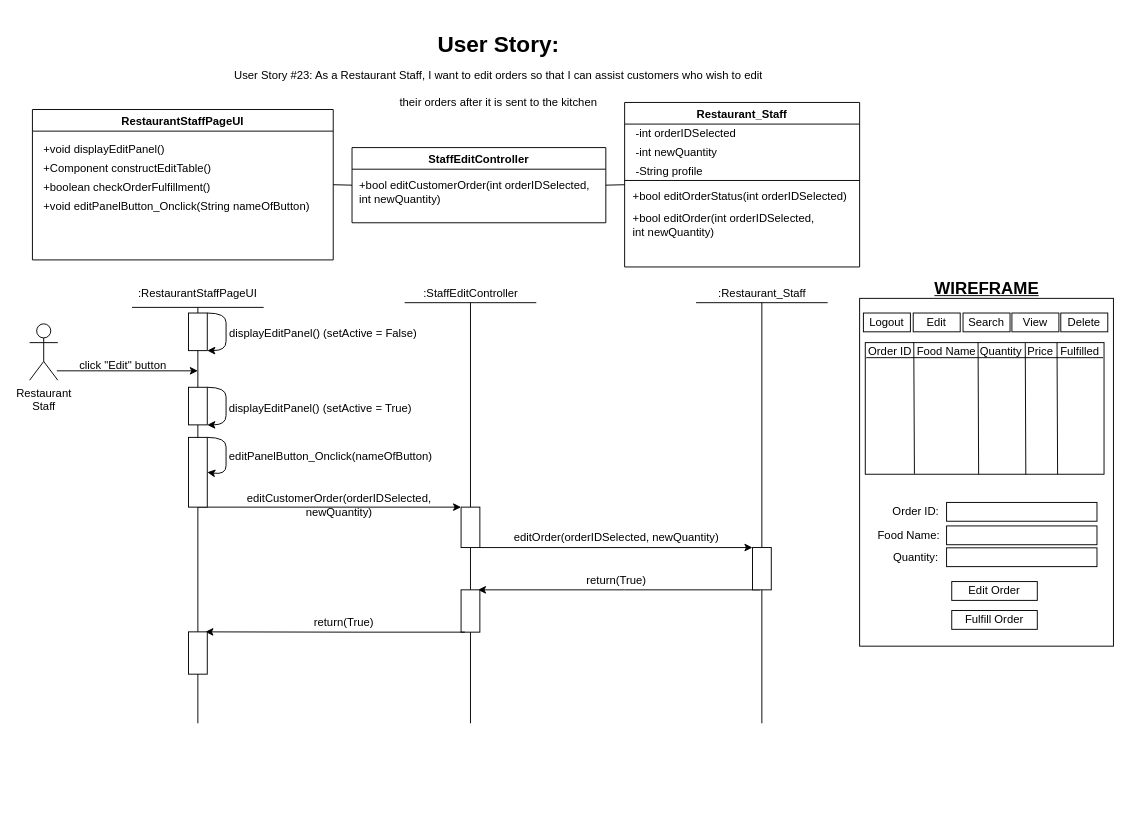
Earlier version of the draw.io diagram BCE_UML_and_Diagrams/RestaurantStaff_Edit/UserStory#23_RestaurantStaff_Edit.drawio (extred5700/JAVAGUI-Restaurant-Table-Order-System). Source tidied: cells renumbered, new cells numbered last; positions are measured from the earlier drawing's top-left corner, leaving out a move shared by most shapes. Both pictures are drawn from the tidied source at 94%, with x=0, y=0 at pixel (29, 25).
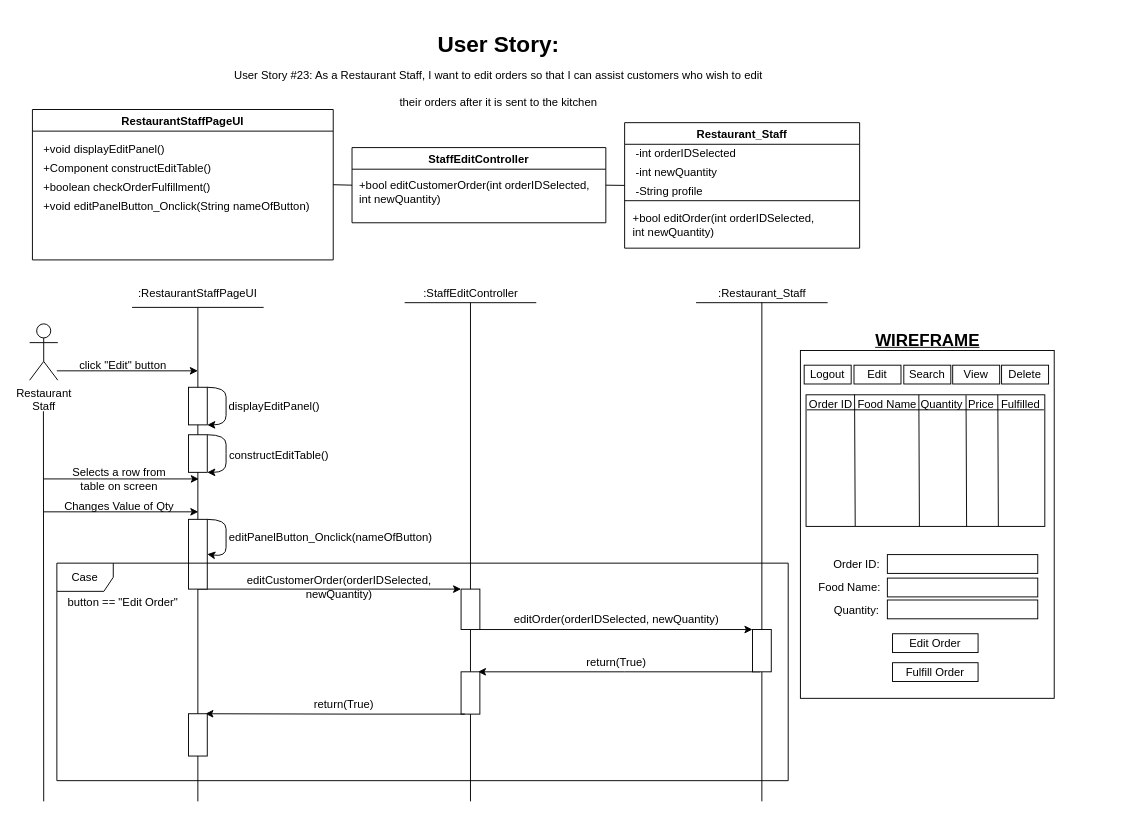
After the change.

Unchanged cells that the change refers to:
```xml
<mxCell id="23" value=":Restaurant_Staff" style="text;html=1;align=center;verticalAlign=middle;points=[];strokeColor=none;fillColor=none;" parent="1" vertex="1">
  <mxGeometry x="724" y="274.5" width="110" height="20" as="geometry" />
</mxCell>
```

Diff of the diagram source:
```diff
@@
     <mxCell id="2" style="rounded=0;whiteSpace=wrap;html=1;" parent="1" vertex="1">
-      <mxGeometry x="883" y="289.9" width="270" height="370" as="geometry" />
+      <mxGeometry x="820" y="345.4" width="270" height="370" as="geometry" />
     </mxCell>
@@
     <mxCell id="10" value="Restaurant_Staff" style="swimlane;" parent="1" vertex="1">
-      <mxGeometry x="633" y="81.5" width="250" height="175" as="geometry" />
+      <mxGeometry x="633" y="103" width="250" height="133.5" as="geometry" />
     </mxCell>
@@
-    <mxCell id="15" value="&lt;div style=&quot;text-align: justify&quot;&gt;&lt;span&gt;+bool editOrderStatus(int orderIDSelected)&lt;/span&gt;&lt;/div&gt;" style="text;html=1;align=left;verticalAlign=middle;strokeColor=none;fillColor=none;" parent="10" vertex="1">
-      <mxGeometry x="7" y="90" width="240" height="20" as="geometry" />
-    </mxCell>
     <mxCell id="16" value="&lt;div style=&quot;text-align: justify&quot;&gt;&lt;span&gt;+bool editOrder(int orderIDSelected,&lt;/span&gt;&lt;/div&gt;&lt;div style=&quot;text-align: justify&quot;&gt;&lt;span&gt;int newQuantity)&lt;/span&gt;&lt;/div&gt;" style="text;html=1;align=center;verticalAlign=middle;strokeColor=none;fillColor=none;" parent="10" vertex="1">
-      <mxGeometry y="115" width="210" height="30" as="geometry" />
+      <mxGeometry y="93.5" width="210" height="30" as="geometry" />
     </mxCell>
@@
     <mxCell id="27" style="curved=1;endArrow=classic;html=1;rounded=0;entryX=1;entryY=0.5;entryDx=0;entryDy=0;exitX=1;exitY=0;exitDx=0;exitDy=0;" parent="1" edge="1" source="51" target="51">
       <mxGeometry relative="1" as="geometry">
         <Array as="points">
-          <mxPoint x="209" y="437.8" />
-          <mxPoint x="209" y="457.8" />
-          <mxPoint x="209" y="477.8" />
+          <mxPoint x="209" y="525" />
+          <mxPoint x="209" y="545" />
+          <mxPoint x="209" y="565" />
         </Array>
       </mxGeometry>
     </mxCell>
     <mxCell id="28" value="&lt;span style=&quot;text-align: left&quot;&gt;editPanelButton_Onclick(nameOfButton)&lt;/span&gt;" style="text;html=1;align=center;verticalAlign=middle;strokeColor=none;fillColor=none;" parent="1" vertex="1">
-      <mxGeometry x="205" y="447.8" width="230" height="20" as="geometry" />
+      <mxGeometry x="205" y="535" width="230" height="20" as="geometry" />
     </mxCell>
     <mxCell id="29" style="endArrow=classic;html=1;rounded=0;entryX=0;entryY=0;entryDx=0;entryDy=0;" parent="1" edge="1">
       <mxGeometry relative="1" as="geometry">
-        <mxPoint x="179" y="512" as="sourcePoint" />
-        <mxPoint x="459" y="512" as="targetPoint" />
+        <mxPoint x="179" y="599.2" as="sourcePoint" />
+        <mxPoint x="459" y="599.2" as="targetPoint" />
       </mxGeometry>
     </mxCell>
     <mxCell id="30" value="editCustomerOrder(orderIDSelected,&lt;br&gt;newQuantity)" style="text;html=1;align=center;verticalAlign=middle;strokeColor=none;fillColor=none;" parent="1" vertex="1">
-      <mxGeometry x="224" y="495" width="210" height="30" as="geometry" />
+      <mxGeometry x="224" y="582.2" width="210" height="30" as="geometry" />
     </mxCell>
     <mxCell id="31" style="edgeStyle=orthogonalEdgeStyle;rounded=0;jettySize=auto;html=1;exitX=1;exitY=1;exitDx=0;exitDy=0;entryX=0;entryY=0;entryDx=0;entryDy=0;" parent="1" edge="1" source="49" target="47">
       <mxGeometry relative="1" as="geometry">
         <Array as="points">
-          <mxPoint x="693" y="555" />
-          <mxPoint x="693" y="555" />
+          <mxPoint x="693" y="642.2" />
+          <mxPoint x="693" y="642.2" />
         </Array>
       </mxGeometry>
     </mxCell>
@@
     <mxCell id="33" value="editOrder(orderIDSelected, newQuantity)" style="text;html=1;align=center;verticalAlign=middle;strokeColor=none;fillColor=none;" parent="1" vertex="1">
-      <mxGeometry x="509" y="535" width="230" height="20" as="geometry" />
+      <mxGeometry x="509" y="622.2" width="230" height="20" as="geometry" />
     </mxCell>
     <mxCell id="34" style="endArrow=none;html=1;rounded=0;entryX=0.5;entryY=0.982;entryDx=0;entryDy=0;entryPerimeter=0;" parent="1" edge="1" target="23">
       <mxGeometry relative="1" as="geometry">
-        <mxPoint x="779" y="742" as="sourcePoint" />
+        <mxPoint x="779" y="825" as="sourcePoint" />
       </mxGeometry>
     </mxCell>
     <mxCell id="35" value="Logout" style="rounded=0;whiteSpace=wrap;html=1;" parent="1" vertex="1">
-      <mxGeometry x="887" y="305.5" width="50" height="20" as="geometry" />
+      <mxGeometry x="824" y="361" width="50" height="20" as="geometry" />
     </mxCell>
     <mxCell id="36" value="Edit" style="rounded=0;whiteSpace=wrap;html=1;" parent="1" vertex="1">
-      <mxGeometry x="940" y="305.5" width="50" height="20" as="geometry" />
+      <mxGeometry x="877" y="361" width="50" height="20" as="geometry" />
     </mxCell>
     <mxCell id="37" value="Search" style="rounded=0;whiteSpace=wrap;html=1;" parent="1" vertex="1">
-      <mxGeometry x="993" y="305.5" width="50" height="20" as="geometry" />
+      <mxGeometry x="930" y="361" width="50" height="20" as="geometry" />
     </mxCell>
     <mxCell id="38" value="View" style="rounded=0;whiteSpace=wrap;html=1;" parent="1" vertex="1">
-      <mxGeometry x="1045" y="305.5" width="50" height="20" as="geometry" />
+      <mxGeometry x="982" y="361" width="50" height="20" as="geometry" />
     </mxCell>
     <mxCell id="39" value="Delete" style="rounded=0;whiteSpace=wrap;html=1;" parent="1" vertex="1">
-      <mxGeometry x="1097" y="305.5" width="50" height="20" as="geometry" />
+      <mxGeometry x="1034" y="361" width="50" height="20" as="geometry" />
     </mxCell>
     <mxCell id="40" value="Order ID:" style="text;html=1;strokeColor=none;fillColor=none;align=center;verticalAlign=middle;whiteSpace=wrap;rounded=0;" parent="1" vertex="1">
-      <mxGeometry x="912.5" y="502" width="60" height="30" as="geometry" />
+      <mxGeometry x="849.5" y="557.5" width="60" height="30" as="geometry" />
     </mxCell>
     <mxCell id="41" value="Food Name:" style="text;html=1;strokeColor=none;fillColor=none;align=center;verticalAlign=middle;whiteSpace=wrap;rounded=0;" parent="1" vertex="1">
-      <mxGeometry x="898.2" y="527" width="74.5" height="30" as="geometry" />
+      <mxGeometry x="835.2" y="582.5" width="74.5" height="30" as="geometry" />
     </mxCell>
     <mxCell id="42" style="rounded=0;whiteSpace=wrap;html=1;" parent="1" vertex="1">
-      <mxGeometry x="975.5" y="507" width="160" height="20" as="geometry" />
+      <mxGeometry x="912.5" y="562.5" width="160" height="20" as="geometry" />
     </mxCell>
     <mxCell id="43" style="rounded=0;whiteSpace=wrap;html=1;" parent="1" vertex="1">
-      <mxGeometry x="975.5" y="532" width="160" height="20" as="geometry" />
+      <mxGeometry x="912.5" y="587.5" width="160" height="20" as="geometry" />
     </mxCell>
     <mxCell id="44" value="Edit Order" style="rounded=0;whiteSpace=wrap;html=1;" parent="1" vertex="1">
-      <mxGeometry x="981" y="591.2" width="91" height="20" as="geometry" />
+      <mxGeometry x="918" y="646.7" width="91" height="20" as="geometry" />
     </mxCell>
     <mxCell id="45" value="&lt;b&gt;&lt;u&gt;&lt;font style=&quot;font-size: 18px&quot;&gt;WIREFRAME&lt;/font&gt;&lt;/u&gt;&lt;/b&gt;" style="text;html=1;align=center;verticalAlign=middle;strokeColor=none;fillColor=none;" parent="1" vertex="1">
-      <mxGeometry x="953" y="269.5" width="130" height="20" as="geometry" />
+      <mxGeometry x="890" y="325" width="130" height="20" as="geometry" />
     </mxCell>
     <mxCell id="46" style="edgeStyle=orthogonalEdgeStyle;rounded=0;orthogonalLoop=1;jettySize=auto;html=1;exitX=0;exitY=1;exitDx=0;exitDy=0;entryX=0.5;entryY=0;entryDx=0;entryDy=0;fontSize=12;" parent="1" edge="1">
       <mxGeometry relative="1" as="geometry">
-        <mxPoint x="777" y="600" as="sourcePoint" />
-        <mxPoint x="477" y="600" as="targetPoint" />
+        <mxPoint x="777" y="687.2" as="sourcePoint" />
+        <mxPoint x="477" y="687.2" as="targetPoint" />
         <Array as="points">
-          <mxPoint x="633" y="600" />
-          <mxPoint x="633" y="600" />
+          <mxPoint x="633" y="687.2" />
+          <mxPoint x="633" y="687.2" />
         </Array>
       </mxGeometry>
     </mxCell>
     <mxCell id="47" style="rounded=0;whiteSpace=wrap;html=1;" parent="1" vertex="1">
-      <mxGeometry x="769" y="555" width="20" height="45" as="geometry" />
+      <mxGeometry x="769" y="642.2" width="20" height="45" as="geometry" />
     </mxCell>
@@
     <mxCell id="49" style="rounded=0;whiteSpace=wrap;html=1;" parent="1" vertex="1">
-      <mxGeometry x="459" y="512" width="20" height="43" as="geometry" />
+      <mxGeometry x="459" y="599.2" width="20" height="43" as="geometry" />
     </mxCell>
     <mxCell id="50" style="endArrow=none;html=1;rounded=0;fontSize=17;" parent="1" edge="1">
       <mxGeometry relative="1" as="geometry">
-        <mxPoint x="179" y="742" as="sourcePoint" />
+        <mxPoint x="179" y="825" as="sourcePoint" />
         <mxPoint x="179" y="299.5" as="targetPoint" />
       </mxGeometry>
     </mxCell>
     <mxCell id="51" style="rounded=0;whiteSpace=wrap;html=1;" parent="1" vertex="1">
-      <mxGeometry x="169" y="437.8" width="20" height="74.2" as="geometry" />
+      <mxGeometry x="169" y="525" width="20" height="74.2" as="geometry" />
     </mxCell>
@@
-    <mxCell id="54" value="&lt;span style=&quot;font-size: 12px&quot;&gt;displayEditPanel() (setActive = True)&lt;/span&gt;" style="text;html=1;align=center;verticalAlign=middle;strokeColor=none;fillColor=none;fontSize=16;" parent="1" vertex="1">
-      <mxGeometry x="204" y="389.5" width="210" height="30" as="geometry" />
+    <mxCell id="54" value="&lt;span style=&quot;font-size: 12px&quot;&gt;displayEditPanel()&lt;/span&gt;" style="text;html=1;align=center;verticalAlign=middle;strokeColor=none;fillColor=none;fontSize=16;" parent="1" vertex="1">
+      <mxGeometry x="205" y="387.5" width="110" height="30" as="geometry" />
     </mxCell>
-    <mxCell id="55" style="curved=1;endArrow=classic;html=1;rounded=0;entryX=1;entryY=1;entryDx=0;entryDy=0;exitX=1;exitY=0;exitDx=0;exitDy=0;" parent="1" edge="1" source="57" target="57">
-      <mxGeometry relative="1" as="geometry">
-        <Array as="points">
-          <mxPoint x="209" y="305.5" />
-          <mxPoint x="209" y="325.5" />
-          <mxPoint x="209" y="345.5" />
-        </Array>
-      </mxGeometry>
-    </mxCell>
     <mxCell id="56" style="rounded=0;whiteSpace=wrap;html=1;" parent="1" vertex="1">
-      <mxGeometry x="889" y="337" width="254" height="140" as="geometry" />
+      <mxGeometry x="826" y="392.5" width="254" height="140" as="geometry" />
     </mxCell>
-    <mxCell id="57" style="rounded=0;whiteSpace=wrap;html=1;" parent="1" vertex="1">
-      <mxGeometry x="169" y="305.5" width="20" height="40" as="geometry" />
-    </mxCell>
-    <mxCell id="58" value="&lt;font style=&quot;font-size: 12px&quot;&gt;displayEditPanel() (setActive = False)&lt;/font&gt;" style="text;html=1;align=center;verticalAlign=middle;strokeColor=none;fillColor=none;fontSize=16;" parent="1" vertex="1">
-      <mxGeometry x="202" y="310.5" width="220" height="30" as="geometry" />
-    </mxCell>
     <mxCell id="59" value="Quantity:" style="text;html=1;strokeColor=none;fillColor=none;align=center;verticalAlign=middle;whiteSpace=wrap;rounded=0;" parent="1" vertex="1">
-      <mxGeometry x="905.5" y="552" width="74" height="28.3" as="geometry" />
+      <mxGeometry x="842.5" y="607.5" width="74" height="28.3" as="geometry" />
     </mxCell>
     <mxCell id="60" style="rounded=0;whiteSpace=wrap;html=1;" parent="1" vertex="1">
-      <mxGeometry x="975.5" y="555.3" width="160" height="20" as="geometry" />
+      <mxGeometry x="912.5" y="610.8" width="160" height="20" as="geometry" />
     </mxCell>
     <mxCell id="61" value="Fulfill Order" style="rounded=0;whiteSpace=wrap;html=1;" parent="1" vertex="1">
-      <mxGeometry x="981" y="622" width="91" height="20" as="geometry" />
+      <mxGeometry x="918" y="677.5" width="91" height="20" as="geometry" />
     </mxCell>
     <mxCell id="62" value="Order ID" style="text;html=1;align=center;verticalAlign=middle;strokeColor=none;fillColor=none;" parent="1" vertex="1">
-      <mxGeometry x="885" y="337" width="60" height="20" as="geometry" />
+      <mxGeometry x="822" y="392.5" width="60" height="20" as="geometry" />
     </mxCell>
     <mxCell id="63" value="Food Name" style="text;html=1;align=center;verticalAlign=middle;strokeColor=none;fillColor=none;" parent="1" vertex="1">
-      <mxGeometry x="935" y="337" width="80" height="20" as="geometry" />
+      <mxGeometry x="872" y="392.5" width="80" height="20" as="geometry" />
     </mxCell>
     <mxCell id="64" value="Quantity" style="text;html=1;align=center;verticalAlign=middle;strokeColor=none;fillColor=none;" parent="1" vertex="1">
-      <mxGeometry x="1003" y="337" width="60" height="20" as="geometry" />
+      <mxGeometry x="940" y="392.5" width="60" height="20" as="geometry" />
     </mxCell>
     <mxCell id="65" value="Price" style="text;html=1;align=center;verticalAlign=middle;strokeColor=none;fillColor=none;" parent="1" vertex="1">
-      <mxGeometry x="1055" y="337" width="40" height="20" as="geometry" />
+      <mxGeometry x="992" y="392.5" width="40" height="20" as="geometry" />
     </mxCell>
     <mxCell id="66" value="Fulfilled" style="text;html=1;align=center;verticalAlign=middle;strokeColor=none;fillColor=none;" parent="1" vertex="1">
-      <mxGeometry x="1087" y="337" width="60" height="20" as="geometry" />
+      <mxGeometry x="1024" y="392.5" width="60" height="20" as="geometry" />
     </mxCell>
     <mxCell id="67" style="endArrow=none;html=1;rounded=0;entryX=0.033;entryY=-0.067;entryDx=0;entryDy=0;entryPerimeter=0;exitX=0.194;exitY=0.99;exitDx=0;exitDy=0;exitPerimeter=0;" parent="1" edge="1">
       <mxGeometry relative="1" as="geometry">
-        <mxPoint x="941.3" y="476.6" as="sourcePoint" />
-        <mxPoint x="940.6" y="336.7" as="targetPoint" />
+        <mxPoint x="878.3" y="532.1" as="sourcePoint" />
+        <mxPoint x="877.6" y="392.2" as="targetPoint" />
       </mxGeometry>
     </mxCell>
     <mxCell id="68" style="endArrow=none;html=1;rounded=0;entryX=0.033;entryY=-0.067;entryDx=0;entryDy=0;entryPerimeter=0;exitX=0.194;exitY=0.99;exitDx=0;exitDy=0;exitPerimeter=0;" parent="1" edge="1">
       <mxGeometry relative="1" as="geometry">
-        <mxPoint x="1009.6" y="476.9" as="sourcePoint" />
-        <mxPoint x="1009" y="337" as="targetPoint" />
+        <mxPoint x="946.6" y="532.4" as="sourcePoint" />
+        <mxPoint x="946" y="392.5" as="targetPoint" />
       </mxGeometry>
     </mxCell>
     <mxCell id="69" style="endArrow=none;html=1;rounded=0;entryX=0.033;entryY=-0.067;entryDx=0;entryDy=0;entryPerimeter=0;exitX=0.194;exitY=0.99;exitDx=0;exitDy=0;exitPerimeter=0;" parent="1" edge="1">
       <mxGeometry relative="1" as="geometry">
-        <mxPoint x="1059.8" y="477.4" as="sourcePoint" />
-        <mxPoint x="1059.2" y="337.5" as="targetPoint" />
+        <mxPoint x="996.8" y="532.9" as="sourcePoint" />
+        <mxPoint x="996.2" y="393" as="targetPoint" />
       </mxGeometry>
     </mxCell>
     <mxCell id="70" style="endArrow=none;html=1;rounded=0;entryX=0.033;entryY=-0.067;entryDx=0;entryDy=0;entryPerimeter=0;exitX=0.194;exitY=0.99;exitDx=0;exitDy=0;exitPerimeter=0;" parent="1" edge="1">
       <mxGeometry relative="1" as="geometry">
-        <mxPoint x="1093.6" y="477" as="sourcePoint" />
-        <mxPoint x="1093" y="337.1" as="targetPoint" />
+        <mxPoint x="1030.6" y="532.5" as="sourcePoint" />
+        <mxPoint x="1030" y="392.6" as="targetPoint" />
       </mxGeometry>
     </mxCell>
     <mxCell id="71" style="endArrow=none;html=1;rounded=0;exitX=0.194;exitY=0.99;exitDx=0;exitDy=0;exitPerimeter=0;" parent="1" edge="1">
       <mxGeometry relative="1" as="geometry">
-        <mxPoint x="890" y="353" as="sourcePoint" />
-        <mxPoint x="1142" y="353" as="targetPoint" />
+        <mxPoint x="827" y="408.5" as="sourcePoint" />
+        <mxPoint x="1079" y="408.5" as="targetPoint" />
       </mxGeometry>
     </mxCell>
@@
     <mxCell id="73" style="rounded=0;whiteSpace=wrap;html=1;" parent="1" vertex="1">
-      <mxGeometry x="459" y="600" width="20" height="45" as="geometry" />
+      <mxGeometry x="459" y="687.2" width="20" height="45" as="geometry" />
     </mxCell>
     <mxCell id="74" style="endArrow=none;html=1;rounded=0;startArrow=none;entryX=0.5;entryY=1;entryDx=0;entryDy=0;entryPerimeter=0;" parent="1" edge="1" target="73">
       <mxGeometry relative="1" as="geometry">
-        <mxPoint x="469" y="742" as="sourcePoint" />
+        <mxPoint x="469" y="825" as="sourcePoint" />
       </mxGeometry>
     </mxCell>
     <mxCell id="75" value="return(True)" style="text;html=1;align=center;verticalAlign=middle;strokeColor=none;fillColor=none;fontSize=12;" parent="1" vertex="1">
-      <mxGeometry x="584" y="580.3" width="80" height="20" as="geometry" />
+      <mxGeometry x="584" y="667.5" width="80" height="20" as="geometry" />
     </mxCell>
     <mxCell id="76" style="edgeStyle=orthogonalEdgeStyle;rounded=0;orthogonalLoop=1;jettySize=auto;html=1;entryX=0.5;entryY=0;entryDx=0;entryDy=0;fontSize=12;" parent="1" edge="1">
       <mxGeometry relative="1" as="geometry">
-        <mxPoint x="463" y="645" as="sourcePoint" />
-        <mxPoint x="187" y="644.7" as="targetPoint" />
+        <mxPoint x="463" y="732.2" as="sourcePoint" />
+        <mxPoint x="187" y="731.8" as="targetPoint" />
         <Array as="points">
-          <mxPoint x="343" y="644.7" />
-          <mxPoint x="343" y="644.7" />
+          <mxPoint x="343" y="731.8" />
+          <mxPoint x="343" y="731.8" />
         </Array>
       </mxGeometry>
     </mxCell>
     <mxCell id="77" style="rounded=0;whiteSpace=wrap;html=1;" parent="1" vertex="1">
-      <mxGeometry x="169" y="644.7" width="20" height="45" as="geometry" />
+      <mxGeometry x="169" y="731.8" width="20" height="45" as="geometry" />
     </mxCell>
     <mxCell id="78" value="return(True)" style="text;html=1;align=center;verticalAlign=middle;strokeColor=none;fillColor=none;fontSize=12;" parent="1" vertex="1">
-      <mxGeometry x="294" y="625" width="80" height="20" as="geometry" />
+      <mxGeometry x="294" y="712.2" width="80" height="20" as="geometry" />
     </mxCell>
+    <mxCell id="79" style="curved=1;endArrow=classic;html=1;rounded=0;entryX=1;entryY=1;entryDx=0;entryDy=0;exitX=1;exitY=0;exitDx=0;exitDy=0;" parent="1" edge="1" source="80" target="80">
+      <mxGeometry relative="1" as="geometry">
+        <Array as="points">
+          <mxPoint x="209" y="435" />
+          <mxPoint x="209" y="455" />
+          <mxPoint x="209" y="475" />
+        </Array>
+      </mxGeometry>
+    </mxCell>
+    <mxCell id="80" style="rounded=0;whiteSpace=wrap;html=1;" parent="1" vertex="1">
+      <mxGeometry x="169" y="435" width="20" height="40" as="geometry" />
+    </mxCell>
+    <mxCell id="81" value="&lt;span style=&quot;font-size: 12px&quot;&gt;constructEditTable()&lt;/span&gt;" style="text;html=1;align=center;verticalAlign=middle;strokeColor=none;fillColor=none;fontSize=16;" parent="1" vertex="1">
+      <mxGeometry x="205" y="440" width="120" height="30" as="geometry" />
+    </mxCell>
+    <mxCell id="82" style="edgeStyle=orthogonalEdgeStyle;rounded=0;orthogonalLoop=1;jettySize=auto;html=1;" parent="1" edge="1">
+      <mxGeometry relative="1" as="geometry">
+        <mxPoint x="15" y="482" as="sourcePoint" />
+        <mxPoint x="180" y="482" as="targetPoint" />
+        <Array as="points">
+          <mxPoint x="75" y="482" />
+          <mxPoint x="75" y="482" />
+        </Array>
+      </mxGeometry>
+    </mxCell>
+    <mxCell id="83" value="Selects a row from&lt;br&gt;table on screen" style="text;html=1;align=center;verticalAlign=middle;strokeColor=none;fillColor=none;" parent="1" vertex="1">
+      <mxGeometry x="40" y="467" width="110" height="30" as="geometry" />
+    </mxCell>
+    <mxCell id="84" style="endArrow=none;html=1;rounded=0;" parent="1" edge="1">
+      <mxGeometry relative="1" as="geometry">
+        <mxPoint x="15" y="825" as="sourcePoint" />
+        <mxPoint x="14.7" y="410" as="targetPoint" />
+      </mxGeometry>
+    </mxCell>
+    <mxCell id="85" style="edgeStyle=orthogonalEdgeStyle;rounded=0;orthogonalLoop=1;jettySize=auto;html=1;" parent="1" edge="1">
+      <mxGeometry relative="1" as="geometry">
+        <mxPoint x="14.5" y="517" as="sourcePoint" />
+        <mxPoint x="179.5" y="517" as="targetPoint" />
+        <Array as="points">
+          <mxPoint x="74.5" y="517" />
+          <mxPoint x="74.5" y="517" />
+        </Array>
+      </mxGeometry>
+    </mxCell>
+    <mxCell id="86" value="Changes Value of Qty" style="text;html=1;align=center;verticalAlign=middle;strokeColor=none;fillColor=none;" parent="1" vertex="1">
+      <mxGeometry x="30" y="502" width="130" height="20" as="geometry" />
+    </mxCell>
+    <mxCell id="87" value="Case" style="shape=umlFrame;whiteSpace=wrap;html=1;" parent="1" vertex="1">
+      <mxGeometry x="29" y="571.6" width="778" height="231.4" as="geometry" />
+    </mxCell>
+    <mxCell id="88" value="button == &quot;Edit Order&quot;" style="text;html=1;strokeColor=none;fillColor=none;align=center;verticalAlign=middle;whiteSpace=wrap;rounded=0;" parent="1" vertex="1">
+      <mxGeometry x="39" y="599.2" width="121" height="30" as="geometry" />
+    </mxCell>
```
